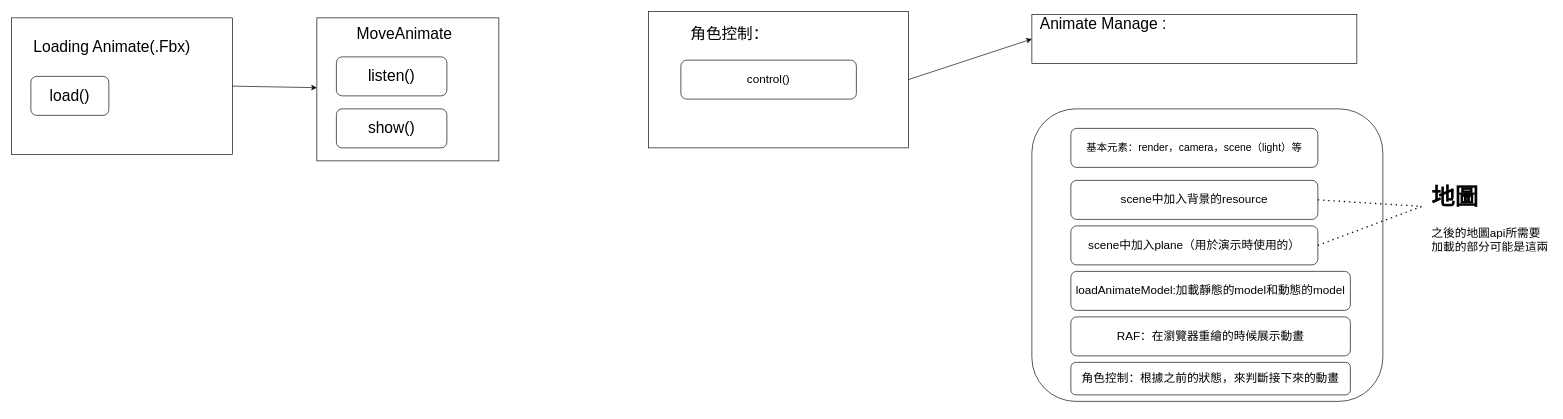
Before: JsonLearning/animateAndMoveByKey.drawio in pengzhen80/PigeonRace, a draw.io diagram. Source tidied: cells renumbered, new cells numbered last; positions are measured from the earlier drawing's top-left corner, leaving out a move shared by most shapes. Both pictures are drawn from the tidied source at 65%, with x=0, y=0 at pixel (11, 11).
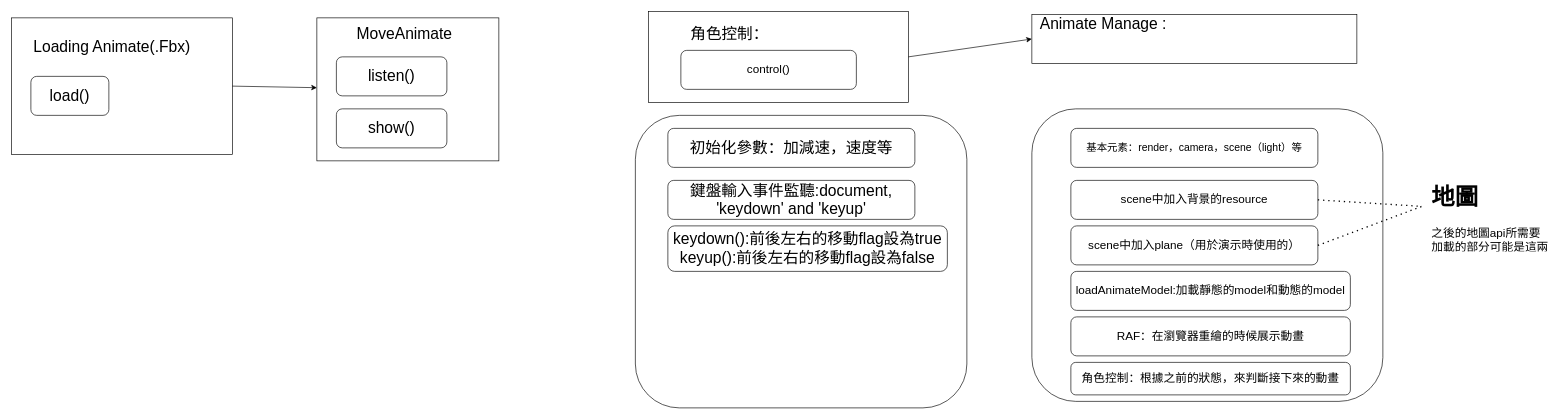
After the change.

What changed in the source:
```diff
@@
     <mxCell id="20" style="rounded=0;whiteSpace=wrap;html=1;fontSize=18;" parent="1" vertex="1">
-      <mxGeometry x="980" width="400" height="210" as="geometry" />
+      <mxGeometry x="980" width="400" height="140" as="geometry" />
     </mxCell>
@@
     <mxCell id="22" value="control()" style="rounded=1;whiteSpace=wrap;html=1;fontSize=18;" parent="1" vertex="1">
-      <mxGeometry x="1030" y="75" width="270" height="60" as="geometry" />
+      <mxGeometry x="1030" y="60" width="270" height="60" as="geometry" />
     </mxCell>
@@
+    <mxCell id="26" style="rounded=1;whiteSpace=wrap;html=1;fontSize=24;" parent="1" vertex="1">
+      <mxGeometry x="960" y="160" width="510" height="450" as="geometry" />
+    </mxCell>
+    <mxCell id="27" value="初始化參數：加減速，速度等" style="rounded=1;whiteSpace=wrap;html=1;fontSize=24;" parent="1" vertex="1">
+      <mxGeometry x="1010" y="180" width="380" height="60" as="geometry" />
+    </mxCell>
+    <mxCell id="28" value="鍵盤輸入事件監聽:document, 'keydown' and 'keyup'" style="rounded=1;whiteSpace=wrap;html=1;fontSize=24;" parent="1" vertex="1">
+      <mxGeometry x="1010" y="260" width="380" height="60" as="geometry" />
+    </mxCell>
+    <mxCell id="29" value="keydown():前後左右的移動flag設為true&lt;br&gt;keyup():前後左右的移動flag設為false" style="rounded=1;whiteSpace=wrap;html=1;fontSize=24;" parent="1" vertex="1">
+      <mxGeometry x="1010" y="330" width="430" height="70" as="geometry" />
+    </mxCell>
```
